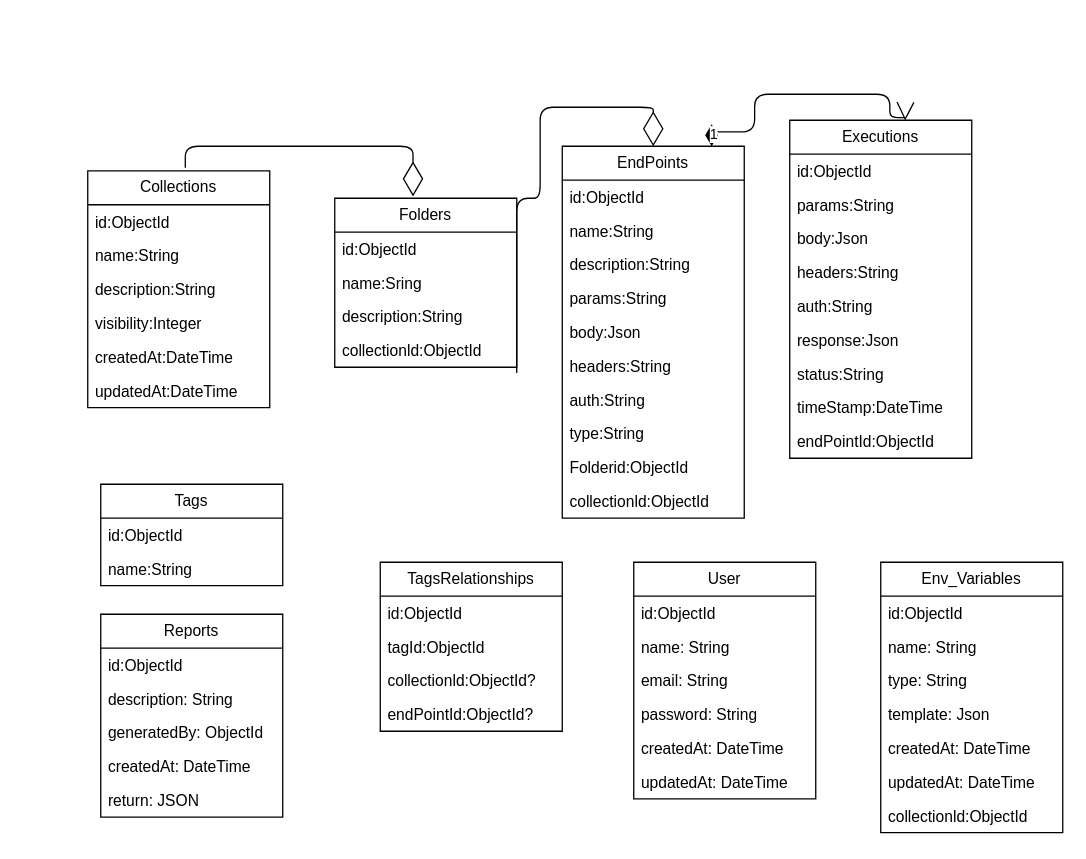
This is docs/diagrama.drawio from FatecFranca/DSM-P3-G07-2025-1, a draw.io file, before an edit. Source tidied: cells renumbered, new cells numbered last; positions are measured from the earlier drawing's top-left corner, leaving out a move shared by most shapes. Both pictures are drawn from the tidied source at 130%, with x=0, y=0 at pixel (87, 94).
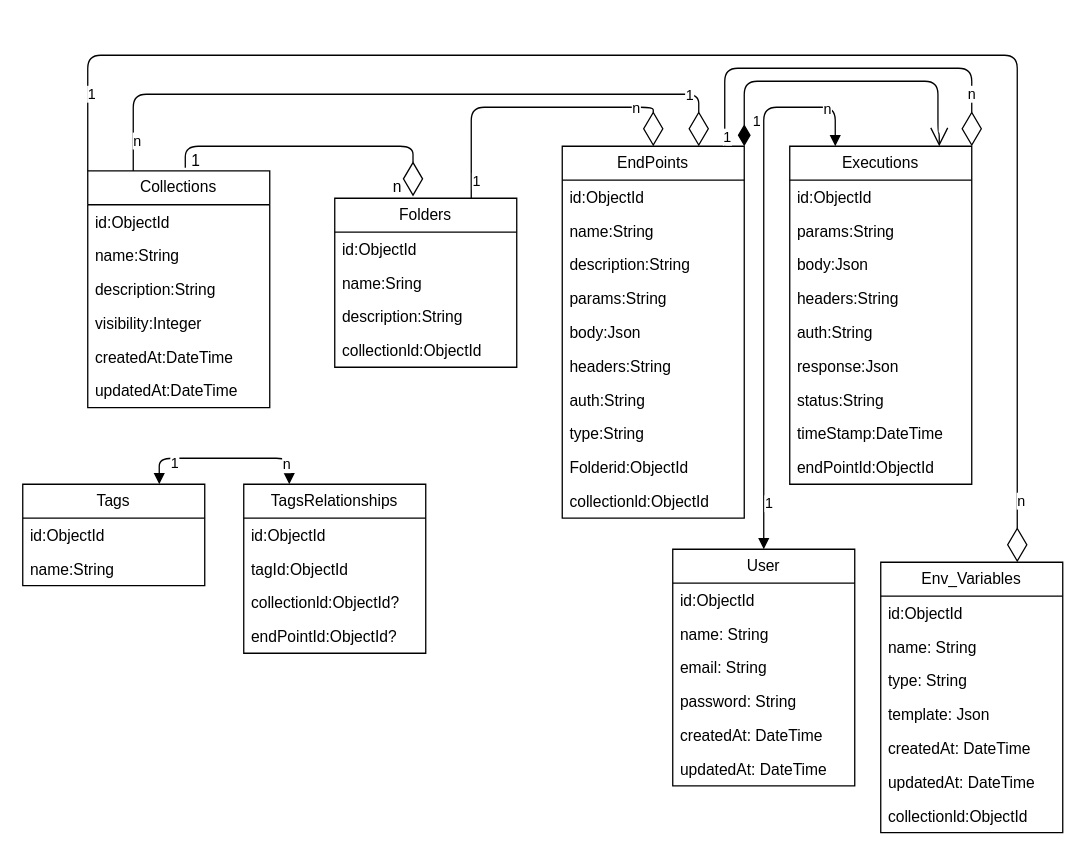
The same diagram, later.

Commit message (it also covers changes not shown here):
🗃️ raw: update the diagram relations of the project

The change refers to these unchanged cells:
```xml
<mxCell id="8" value="Folders" style="swimlane;fontStyle=0;horizontal=1;startSize=26;fillColor=none;whiteSpace=wrap;html=1;" parent="1" vertex="1">
  <mxGeometry x="190" y="80" width="140" height="130" as="geometry" />
</mxCell>
<mxCell id="13" value="EndPoints" style="swimlane;fontStyle=0;horizontal=1;startSize=26;fillColor=none;whiteSpace=wrap;html=1;" parent="1" vertex="1">
  <mxGeometry x="365" y="40" width="140" height="286" as="geometry" />
</mxCell>
<mxCell id="49" value="Env_Variables" style="swimlane;fontStyle=0;horizontal=1;startSize=26;fillColor=none;whiteSpace=wrap;html=1;" parent="1" vertex="1">
  <mxGeometry x="610" y="360" width="140" height="208" as="geometry" />
</mxCell>
<mxCell id="57" value="Collections" style="swimlane;fontStyle=0;horizontal=1;startSize=26;fillColor=none;whiteSpace=wrap;html=1;" parent="1" vertex="1">
  <mxGeometry y="59" width="140" height="182" as="geometry" />
</mxCell>
```

Diff of the diagram source:
```diff
@@
-    <mxCell id="2" value="Reports" style="swimlane;fontStyle=0;horizontal=1;startSize=26;fillColor=none;whiteSpace=wrap;html=1;" parent="1" vertex="1">
-      <mxGeometry x="10" y="400" width="140" height="156" as="geometry" />
-    </mxCell>
-    <mxCell id="3" value="id:ObjectId&lt;div&gt;&lt;br&gt;&lt;/div&gt;" style="text;strokeColor=none;fillColor=none;align=left;verticalAlign=top;spacingLeft=4;spacingRight=4;overflow=hidden;whiteSpace=wrap;html=1;" parent="2" vertex="1">
-      <mxGeometry y="26" width="140" height="26" as="geometry" />
-    </mxCell>
-    <mxCell id="4" value="description: String" style="text;strokeColor=none;fillColor=none;align=left;verticalAlign=top;spacingLeft=4;spacingRight=4;overflow=hidden;whiteSpace=wrap;html=1;" parent="2" vertex="1">
-      <mxGeometry y="52" width="140" height="26" as="geometry" />
-    </mxCell>
-    <mxCell id="5" value="generatedBy: ObjectId" style="text;strokeColor=none;fillColor=none;align=left;verticalAlign=top;spacingLeft=4;spacingRight=4;overflow=hidden;whiteSpace=wrap;html=1;" parent="2" vertex="1">
-      <mxGeometry y="78" width="140" height="26" as="geometry" />
-    </mxCell>
-    <mxCell id="6" value="createdAt: DateTime" style="text;strokeColor=none;fillColor=none;align=left;verticalAlign=top;spacingLeft=4;spacingRight=4;overflow=hidden;whiteSpace=wrap;html=1;" parent="2" vertex="1">
-      <mxGeometry y="104" width="140" height="26" as="geometry" />
-    </mxCell>
-    <mxCell id="7" value="return: JSON&amp;nbsp;" style="text;strokeColor=none;fillColor=none;align=left;verticalAlign=top;spacingLeft=4;spacingRight=4;overflow=hidden;whiteSpace=wrap;html=1;" parent="2" vertex="1">
-      <mxGeometry y="130" width="140" height="26" as="geometry" />
-    </mxCell>
@@
     <mxCell id="24" value="Executions" style="swimlane;fontStyle=0;horizontal=1;startSize=26;fillColor=none;whiteSpace=wrap;html=1;" parent="1" vertex="1">
-      <mxGeometry x="540" y="20" width="140" height="260" as="geometry" />
+      <mxGeometry x="540" y="40" width="140" height="260" as="geometry" />
     </mxCell>
@@
     <mxCell id="34" value="Tags" style="swimlane;fontStyle=0;horizontal=1;startSize=26;fillColor=none;whiteSpace=wrap;html=1;" parent="1" vertex="1">
-      <mxGeometry x="10" y="300" width="140" height="78" as="geometry" />
+      <mxGeometry x="-50" y="300" width="140" height="78" as="geometry" />
     </mxCell>
@@
     <mxCell id="37" value="TagsRelationships" style="swimlane;fontStyle=0;horizontal=1;startSize=26;fillColor=none;whiteSpace=wrap;html=1;" parent="1" vertex="1">
-      <mxGeometry x="225" y="360" width="140" height="130" as="geometry" />
+      <mxGeometry x="120" y="300" width="140" height="130" as="geometry" />
     </mxCell>
@@
     <mxCell id="42" value="User" style="swimlane;fontStyle=0;horizontal=1;startSize=26;fillColor=none;whiteSpace=wrap;html=1;" parent="1" vertex="1">
-      <mxGeometry x="420" y="360" width="140" height="182" as="geometry" />
+      <mxGeometry x="450" y="350" width="140" height="182" as="geometry" />
     </mxCell>
@@
-    <mxCell id="65" style="endArrow=diamondThin;endFill=0;endSize=24;html=1;edgeStyle=orthogonalEdgeStyle;entryX=0.5;entryY=0;entryDx=0;entryDy=0;" parent="1" edge="1" target="13">
+    <mxCell id="65" style="endArrow=diamondThin;endFill=0;endSize=24;html=1;edgeStyle=orthogonalEdgeStyle;entryX=0.5;entryY=0;entryDx=0;entryDy=0;exitX=0.75;exitY=0;exitDx=0;exitDy=0;" parent="1" edge="1" source="8" target="13">
       <mxGeometry relative="1" as="geometry">
-        <mxPoint x="330" y="90" as="sourcePoint" />
         <Array as="points">
-          <mxPoint x="330" y="219" />
-          <mxPoint x="330" y="80" />
-          <mxPoint x="348" y="80" />
-          <mxPoint x="348" y="10" />
+          <mxPoint x="295" y="10" />
           <mxPoint x="435" y="10" />
         </Array>
       </mxGeometry>
     </mxCell>
+    <mxCell id="67" value="1" style="edgeLabel;html=1;align=center;verticalAlign=middle;" parent="65" vertex="1">
+      <mxGeometry x="-0.88" y="-3" relative="1" as="geometry" />
+    </mxCell>
+    <mxCell id="68" value="n" style="edgeLabel;html=1;align=center;verticalAlign=middle;" parent="65" vertex="1">
+      <mxGeometry x="0.63" relative="1" as="geometry" />
+    </mxCell>
-    <mxCell id="66" value="1" style="endArrow=open;html=1;endSize=12;startArrow=diamondThin;startSize=14;startFill=1;edgeStyle=orthogonalEdgeStyle;align=left;verticalAlign=bottom;exitX=0.821;exitY=0;exitDx=0;exitDy=0;exitPerimeter=0;entryX=0.634;entryY=0.001;entryDx=0;entryDy=0;entryPerimeter=0;" parent="1" edge="1" source="13" target="24">
-      <mxGeometry x="-1" y="3" relative="1" as="geometry">
+    <mxCell id="66" value="1" style="endArrow=open;html=1;endSize=12;startArrow=diamondThin;startSize=14;startFill=1;edgeStyle=orthogonalEdgeStyle;align=left;verticalAlign=bottom;exitX=0.821;exitY=0;exitDx=0;exitDy=0;exitPerimeter=0;entryX=0.786;entryY=0;entryDx=0;entryDy=0;entryPerimeter=0;" parent="1" edge="1">
+      <mxGeometry x="-0.92" y="-5" relative="1" as="geometry">
+        <mxPoint x="505" y="40" as="sourcePoint" />
+        <mxPoint x="655" y="40" as="targetPoint" />
         <Array as="points">
-          <mxPoint x="480" y="29" />
-          <mxPoint x="513" y="29" />
-          <mxPoint x="513" />
-          <mxPoint x="617" />
-          <mxPoint x="617" y="18" />
-          <mxPoint x="629" y="18" />
+          <mxPoint x="505" y="-10" />
+          <mxPoint x="654" y="-10" />
+          <mxPoint x="654" y="30" />
+          <mxPoint x="655" y="30" />
         </Array>
       </mxGeometry>
     </mxCell>
+    <mxCell id="69" style="endArrow=diamondThin;endFill=0;endSize=24;html=1;edgeStyle=elbowEdgeStyle;exitX=0.25;exitY=0;exitDx=0;exitDy=0;entryX=0.75;entryY=0;entryDx=0;entryDy=0;" parent="1" edge="1" source="57" target="13">
+      <mxGeometry relative="1" as="geometry">
+        <Array as="points">
+          <mxPoint x="250" />
+        </Array>
+      </mxGeometry>
+    </mxCell>
+    <mxCell id="70" value="n" style="edgeLabel;html=1;align=center;verticalAlign=middle;" parent="69" vertex="1">
+      <mxGeometry x="-0.91" y="-2" relative="1" as="geometry" />
+    </mxCell>
+    <mxCell id="71" value="1" style="edgeLabel;html=1;align=center;verticalAlign=middle;" parent="69" vertex="1">
+      <mxGeometry x="0.82" relative="1" as="geometry" />
+    </mxCell>
+    <mxCell id="72" style="endArrow=diamondThin;endFill=0;endSize=24;html=1;edgeStyle=elbowEdgeStyle;entryX=0.75;entryY=0;entryDx=0;entryDy=0;exitX=0;exitY=0;exitDx=0;exitDy=0;" parent="1" edge="1" source="57" target="49">
+      <mxGeometry relative="1" as="geometry">
+        <Array as="points">
+          <mxPoint x="360" y="-30" />
+        </Array>
+      </mxGeometry>
+    </mxCell>
+    <mxCell id="73" value="n" style="edgeLabel;html=1;align=center;verticalAlign=middle;" parent="72" vertex="1">
+      <mxGeometry x="0.92" y="2" relative="1" as="geometry" />
+    </mxCell>
+    <mxCell id="74" value="1" style="edgeLabel;html=1;align=center;verticalAlign=middle;" parent="72" vertex="1">
+      <mxGeometry x="-0.9" y="-2" relative="1" as="geometry" />
+    </mxCell>
+    <mxCell id="75" value="n" style="endArrow=diamondThin;endFill=0;endSize=24;html=1;entryX=0.25;entryY=0;entryDx=0;entryDy=0;edgeStyle=orthogonalEdgeStyle;" parent="1" edge="1">
+      <mxGeometry x="0.74" relative="1" as="geometry">
+        <mxPoint x="490" y="40" as="sourcePoint" />
+        <mxPoint x="680" y="40" as="targetPoint" />
+        <Array as="points">
+          <mxPoint x="490" y="40" />
+          <mxPoint x="490" y="-20" />
+          <mxPoint x="680" y="-20" />
+        </Array>
+      </mxGeometry>
+    </mxCell>
+    <mxCell id="76" value="1" style="edgeLabel;html=1;align=center;verticalAlign=middle;" parent="75" vertex="1">
+      <mxGeometry x="-0.95" y="-1" relative="1" as="geometry" />
+    </mxCell>
+    <mxCell id="77" style="endArrow=block;startArrow=block;endFill=1;startFill=1;html=1;edgeStyle=elbowEdgeStyle;entryX=0.25;entryY=0;entryDx=0;entryDy=0;exitX=0.75;exitY=0;exitDx=0;exitDy=0;" parent="1" edge="1" source="34" target="37">
+      <mxGeometry relative="1" as="geometry">
+        <Array as="points">
+          <mxPoint x="190" y="280" />
+        </Array>
+      </mxGeometry>
+    </mxCell>
+    <mxCell id="78" value="1" style="edgeLabel;html=1;align=center;verticalAlign=middle;" parent="77" vertex="1">
+      <mxGeometry x="-0.56" y="-3" relative="1" as="geometry" />
+    </mxCell>
+    <mxCell id="79" value="n" style="edgeLabel;html=1;align=center;verticalAlign=middle;" parent="77" vertex="1">
+      <mxGeometry x="0.77" y="-3" relative="1" as="geometry" />
+    </mxCell>
+    <mxCell id="80" style="endArrow=block;startArrow=block;endFill=1;startFill=1;html=1;entryX=0.5;entryY=0;entryDx=0;entryDy=0;edgeStyle=orthogonalEdgeStyle;exitX=0.25;exitY=0;exitDx=0;exitDy=0;" parent="1" edge="1" source="24" target="42">
+      <mxGeometry relative="1" as="geometry">
+        <Array as="points">
+          <mxPoint x="575" y="10" />
+          <mxPoint x="520" y="10" />
+        </Array>
+      </mxGeometry>
+    </mxCell>
+    <mxCell id="81" value="1" style="edgeLabel;html=1;align=center;verticalAlign=middle;" parent="80" vertex="1">
+      <mxGeometry x="0.83" y="3" relative="1" as="geometry" />
+    </mxCell>
+    <mxCell id="82" value="n" style="edgeLabel;html=1;align=center;verticalAlign=middle;" parent="80" vertex="1">
+      <mxGeometry x="-0.83" y="1" relative="1" as="geometry">
+        <mxPoint x="-1" as="offset" />
+      </mxGeometry>
+    </mxCell>
+    <mxCell id="83" value="1" style="text;html=1;align=center;verticalAlign=middle;strokeColor=none;fillColor=none;" parent="1" vertex="1">
+      <mxGeometry x="68" y="37" width="30" height="30" as="geometry" />
+    </mxCell>
+    <mxCell id="84" value="n" style="text;html=1;align=center;verticalAlign=middle;strokeColor=none;fillColor=none;" parent="1" vertex="1">
+      <mxGeometry x="223" y="57" width="30" height="30" as="geometry" />
+    </mxCell>
```
